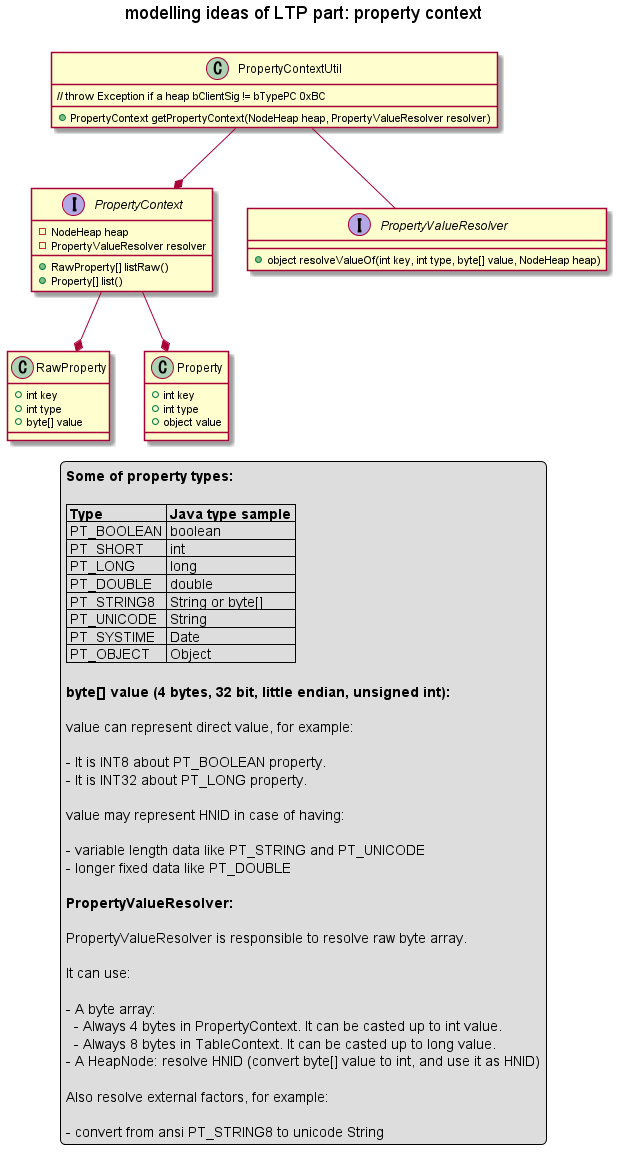
Above: out/plantuml/base/ltp_pc.png in Kris-LIBIS/ruby-msg (PlantUML), before the change.
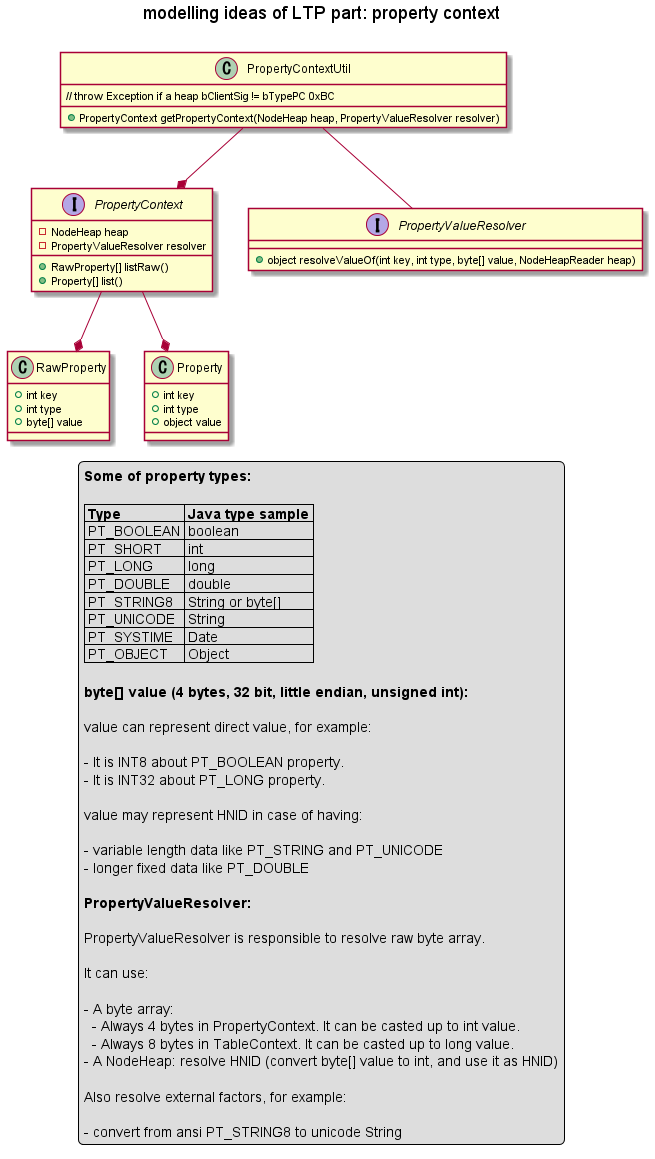
After the change.

Commit message:
Split NodeHeap to NodeHeap and NodeHeapReader

The edit, as a diff of the source:
```diff
@@ -15,7 +15,7 @@
 }
 
 interface PropertyValueResolver {
-    + object resolveValueOf(int key, int type, byte[] value, NodeHeap heap)
+    + object resolveValueOf(int key, int type, byte[] value, NodeHeapReader heap)
 }
 
 class RawProperty {
@@ -69,7 +69,7 @@
     - A byte array:
       - Always 4 bytes in PropertyContext. It can be casted up to int value.
       - Always 8 bytes in TableContext. It can be casted up to long value.
-    - A HeapNode: resolve HNID (convert byte[] value to int, and use it as HNID)
+    - A NodeHeap: resolve HNID (convert byte[] value to int, and use it as HNID)
 
     Also resolve external factors, for example:
 
```
